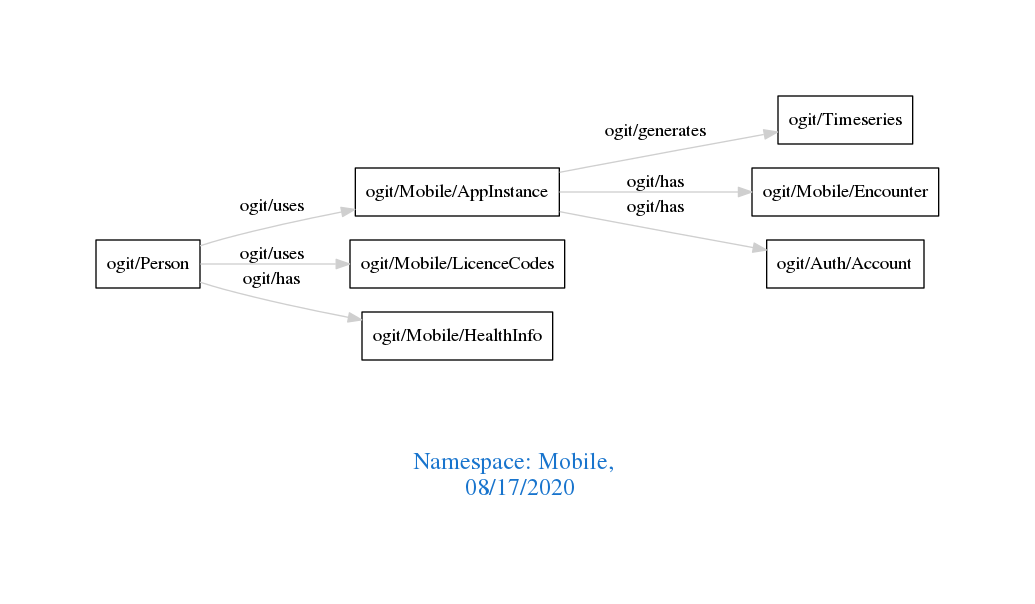
Before: downloads/Mobile.png, a diagram exported from Graphviz (arago/OGIT). Its source is kept beside it as downloads/Mobile.dot.
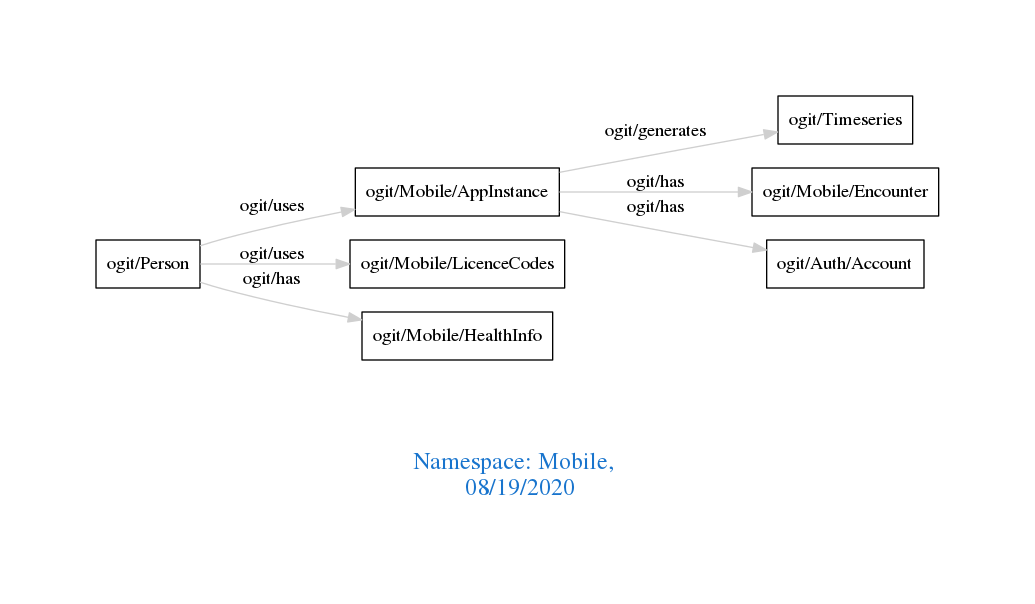
After the commit.

Diff of the diagram source:
```diff
@@ -1,7 +1,7 @@
 digraph OGIT_ontology {
  graph [ rankdir= LR,pad=1
 fontsize = 18,
-fontcolor= dodgerblue3,label = "\n\n\nNamespace: Mobile, \n 08/17/2020"];
+fontcolor= dodgerblue3,label = "\n\n\nNamespace: Mobile, \n 08/19/2020"];
 node[shape=polygon];
 edge [  color="gray81"];
 
```
